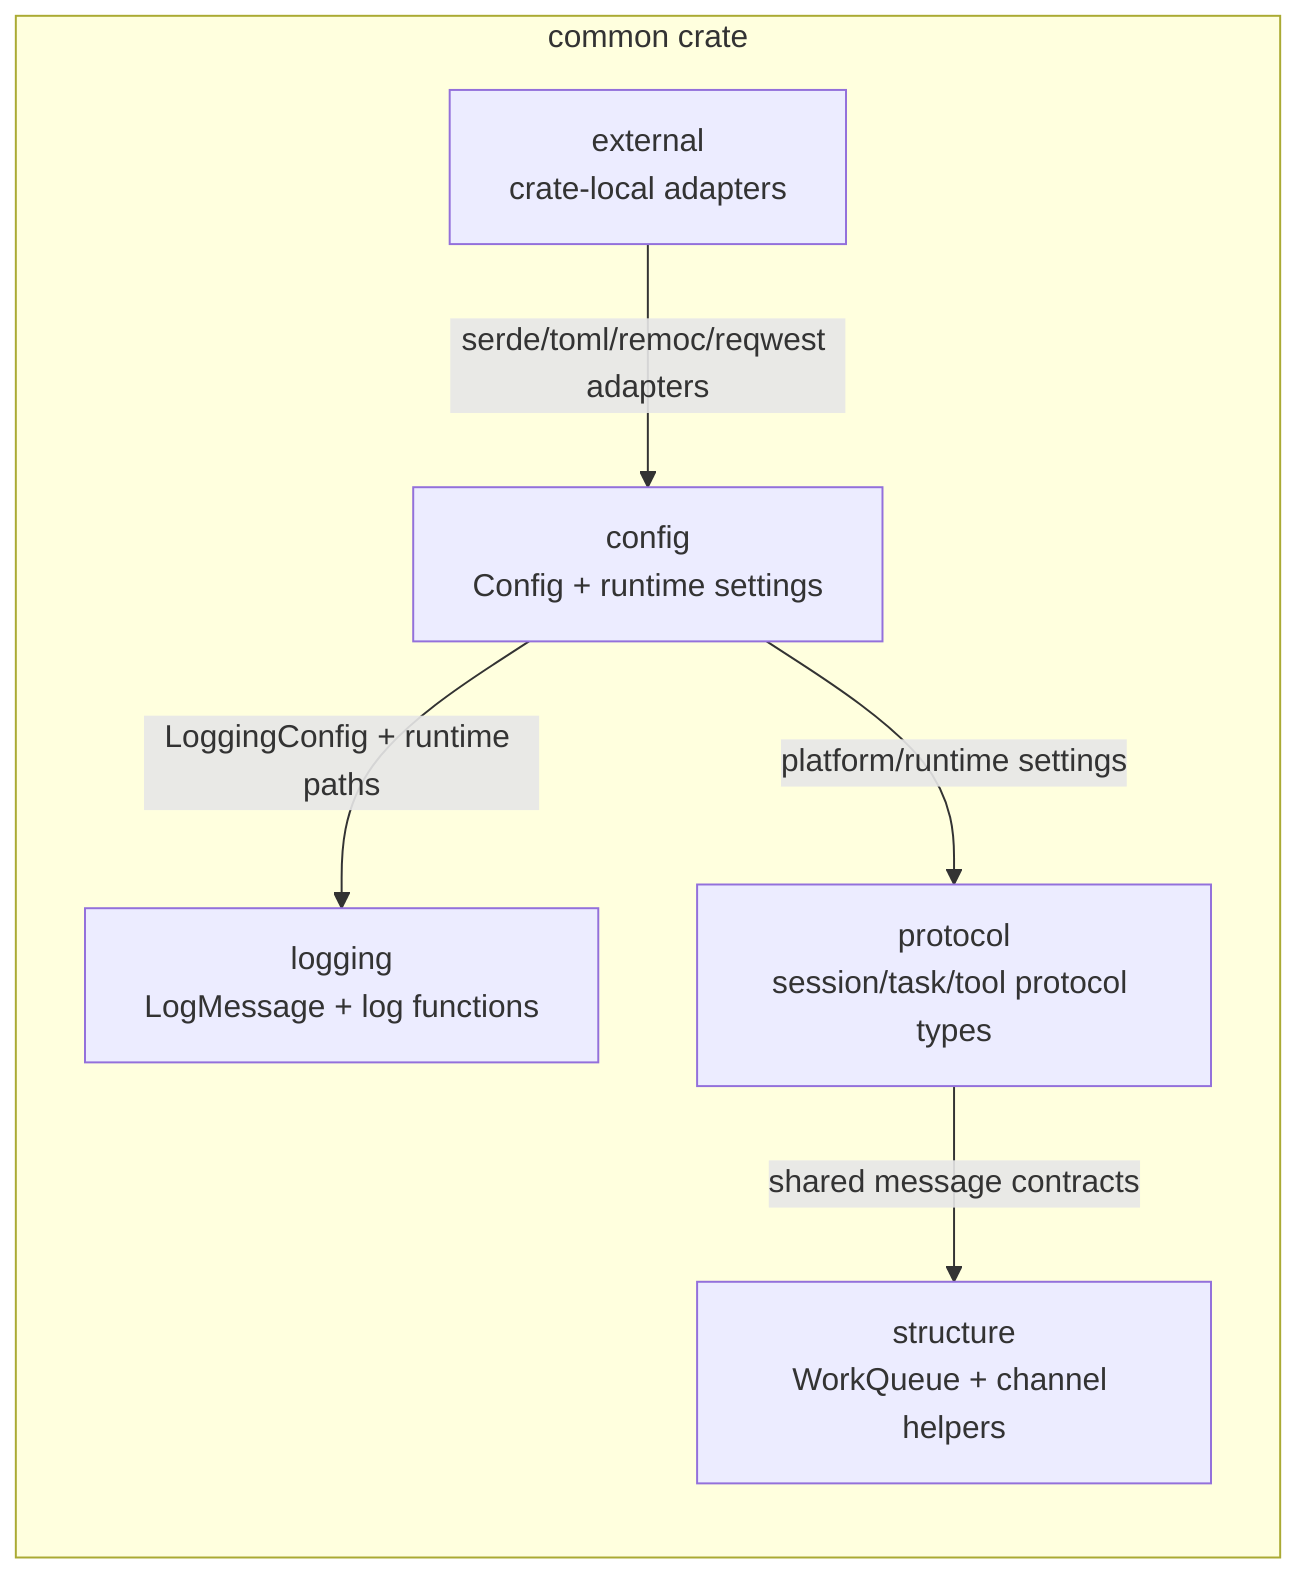
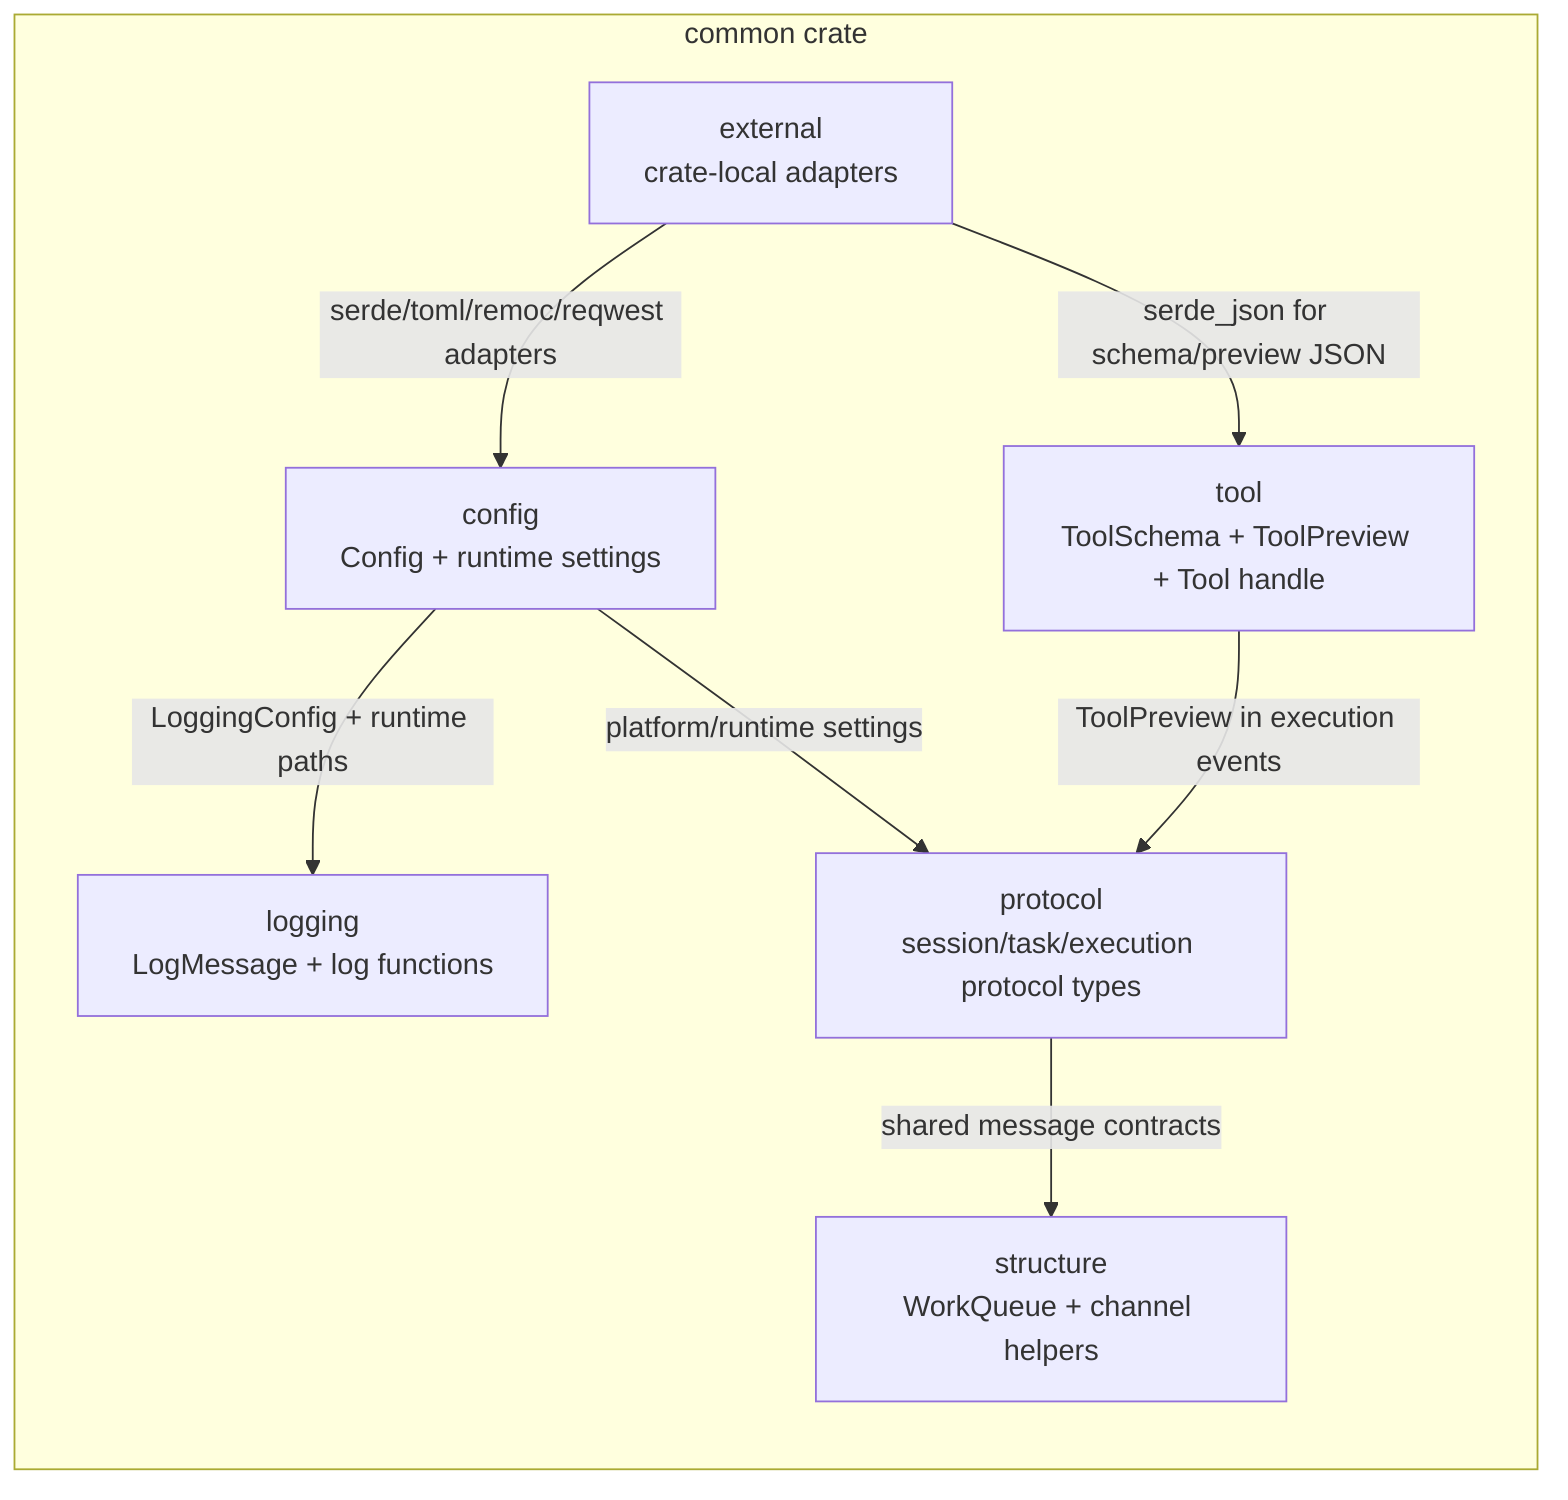
flowchart LR
  %% Common is its own crate root; lib.rs wires child-module APIs without owning concrete interfaces.
  subgraph common_crate[common crate]
    ConfigModule["config\nConfig + runtime settings"]
    ExternalModule["external\ncrate-local adapters"]
    LoggingModule["logging\nLogMessage + log functions"]
-     ProtocolModule["protocol\nsession/task/tool protocol types"]
+     ProtocolModule["protocol\nsession/task/execution protocol types"]
    StructureModule["structure\nWorkQueue + channel helpers"]
+     ToolModule["tool\nToolSchema + ToolPreview + Tool handle"]
  end

  ExternalModule -->|"serde/toml/remoc/reqwest adapters"| ConfigModule
  ConfigModule -->|"LoggingConfig + runtime paths"| LoggingModule
  ProtocolModule -->|"shared message contracts"| StructureModule
  ConfigModule -->|"platform/runtime settings"| ProtocolModule
+   ToolModule -->|"ToolPreview in execution events"| ProtocolModule
+   ExternalModule -->|"serde_json for schema/preview JSON"| ToolModule
